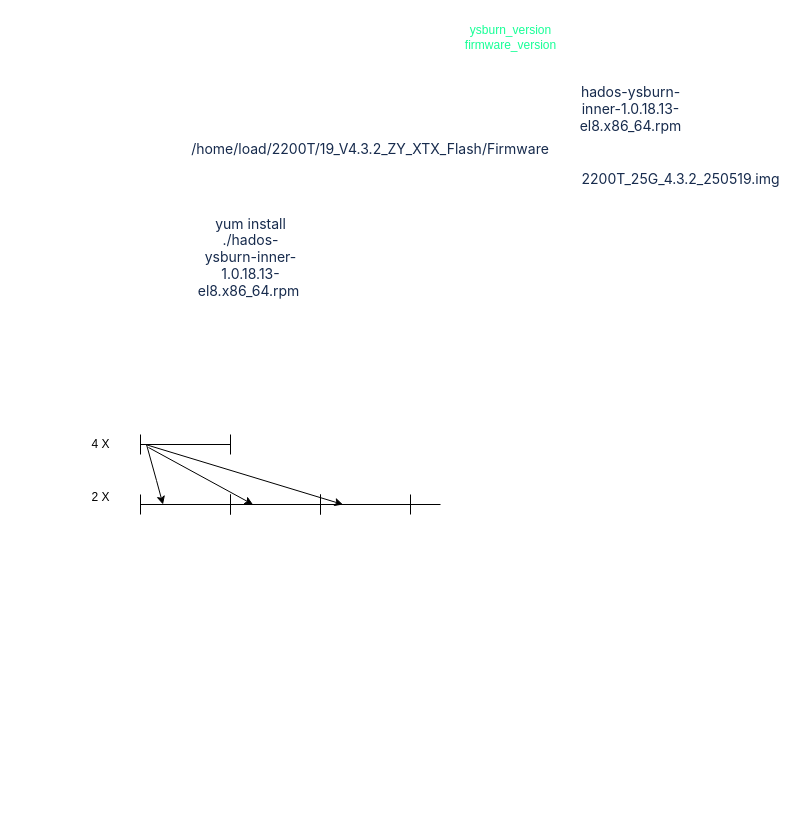
Above: 奥数图.drawio in luckywind/picture (draw.io), before the change. Source tidied: cells renumbered, new cells numbered last; positions are measured from the earlier drawing's top-left corner, leaving out a move shared by most shapes. Both pictures are drawn from the tidied source at 100%, with x=0, y=0 at pixel (45, 17).
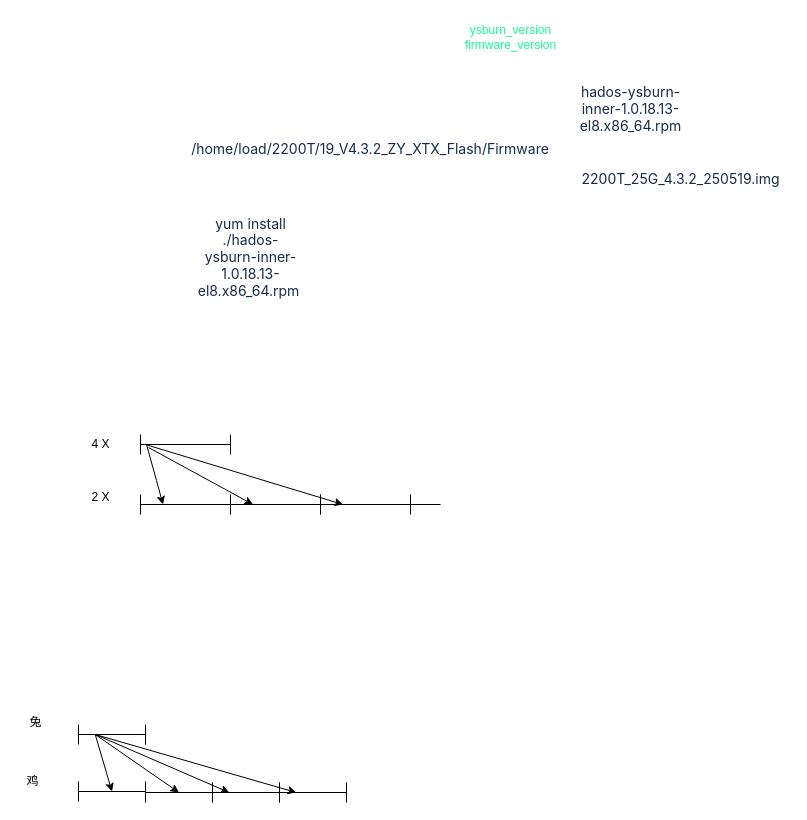
The same page after the edit.

Commit message:
更新奥数图.drawio

What changed in the source:
```diff
@@
+    <mxCell id="17" style="shape=crossbar;whiteSpace=wrap;html=1;rounded=1;" parent="1" vertex="1">
+      <mxGeometry x="33" y="707" width="67" height="20" as="geometry" />
+    </mxCell>
+    <mxCell id="18" style="shape=crossbar;whiteSpace=wrap;html=1;rounded=1;" parent="1" vertex="1">
+      <mxGeometry x="33" y="764" width="67" height="20" as="geometry" />
+    </mxCell>
+    <mxCell id="19" style="shape=crossbar;whiteSpace=wrap;html=1;rounded=1;" parent="1" vertex="1">
+      <mxGeometry x="100" y="765" width="67" height="20" as="geometry" />
+    </mxCell>
+    <mxCell id="20" style="shape=crossbar;whiteSpace=wrap;html=1;rounded=1;" parent="1" vertex="1">
+      <mxGeometry x="167" y="765" width="67" height="20" as="geometry" />
+    </mxCell>
+    <mxCell id="21" style="shape=crossbar;whiteSpace=wrap;html=1;rounded=1;" parent="1" vertex="1">
+      <mxGeometry x="234" y="765" width="67" height="20" as="geometry" />
+    </mxCell>
+    <mxCell id="22" value="兔" style="text;html=1;align=center;verticalAlign=middle;strokeColor=none;fillColor=none;" parent="1" vertex="1">
+      <mxGeometry x="-25" y="692" width="30" height="26" as="geometry" />
+    </mxCell>
+    <mxCell id="23" value="鸡" style="text;html=1;align=center;verticalAlign=middle;strokeColor=none;fillColor=none;" parent="1" vertex="1">
+      <mxGeometry x="-28" y="751" width="30" height="26" as="geometry" />
+    </mxCell>
+    <mxCell id="24" style="endArrow=classic;html=1;rounded=0;exitX=0.25;exitY=0.5;exitDx=0;exitDy=0;exitPerimeter=0;entryX=0.5;entryY=0.5;entryDx=0;entryDy=0;entryPerimeter=0;" parent="1" edge="1" source="17" target="18">
+      <mxGeometry relative="1" as="geometry" />
+    </mxCell>
+    <mxCell id="25" style="rounded=0;jettySize=auto;html=1;exitX=0.25;exitY=0.5;exitDx=0;exitDy=0;exitPerimeter=0;entryX=0.5;entryY=0.5;entryDx=0;entryDy=0;entryPerimeter=0;" parent="1" edge="1" source="17" target="19">
+      <mxGeometry relative="1" as="geometry" />
+    </mxCell>
+    <mxCell id="26" style="rounded=0;jettySize=auto;html=1;exitX=0.25;exitY=0.5;exitDx=0;exitDy=0;exitPerimeter=0;entryX=0.25;entryY=0.5;entryDx=0;entryDy=0;entryPerimeter=0;" parent="1" edge="1" source="17" target="20">
+      <mxGeometry relative="1" as="geometry" />
+    </mxCell>
+    <mxCell id="27" style="rounded=0;jettySize=auto;html=1;exitX=0.25;exitY=0.5;exitDx=0;exitDy=0;exitPerimeter=0;entryX=0.25;entryY=0.5;entryDx=0;entryDy=0;entryPerimeter=0;" parent="1" edge="1" source="17" target="21">
+      <mxGeometry relative="1" as="geometry" />
+    </mxCell>
```
